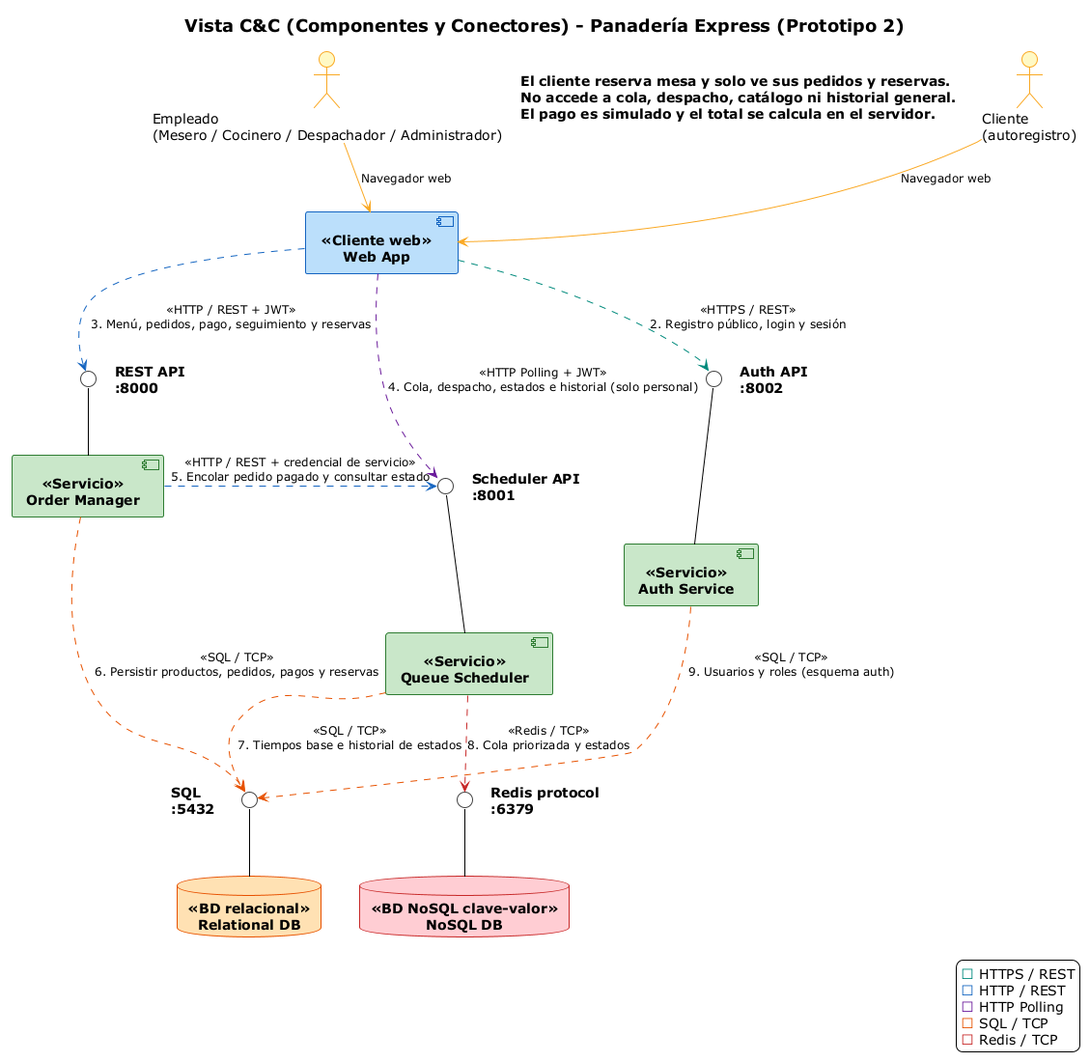
The PlantUML diagram g3-H-PanTech/docs/Vista CyC P2.png in unal-sw-arch/swarch-2026ii, before a commit.
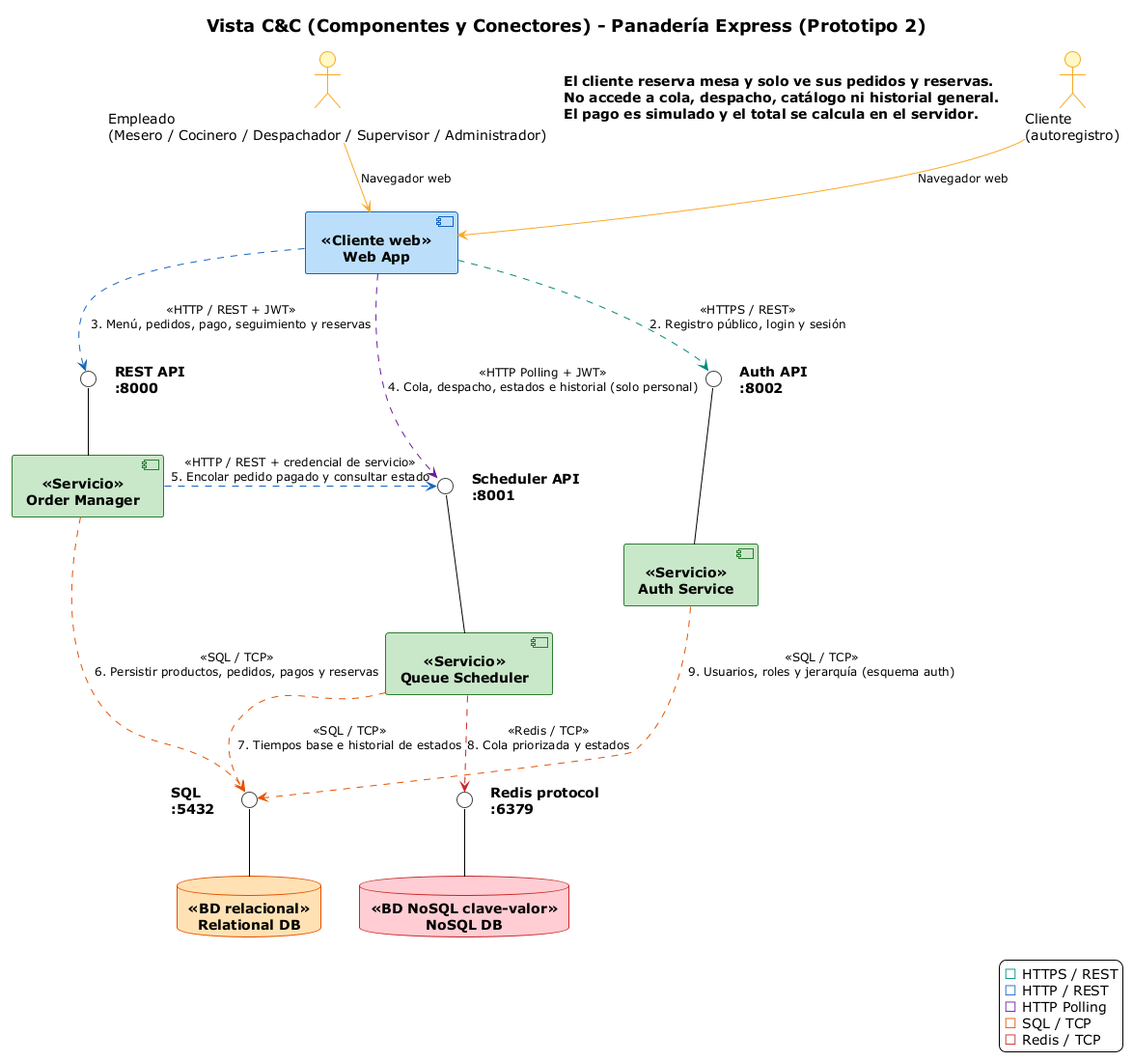
After the change.

What changed in the source:
```diff
@@ -41,7 +41,7 @@
 title Vista C&C (Componentes y Conectores) - Panadería Express (Prototipo 2)
 
 actor "Cliente\n(autoregistro)" as Cliente
-actor "Empleado\n(Mesero / Cocinero / Despachador / Administrador)" as Empleado
+actor "Empleado\n(Mesero / Cocinero / Despachador / Supervisor / Administrador)" as Empleado
 
 component "Web App" as Frontend <<Cliente web>>
 interface " " as IOrder
@@ -98,7 +98,7 @@
 Order .[#E65100]down.> ISQL : <<SQL / TCP>>\n6. Persistir productos, pedidos, pagos y reservas
 Scheduler .[#E65100]down.> ISQL : <<SQL / TCP>>\n7. Tiempos base e historial de estados
 Scheduler .[#C62828]down.> IRedis : <<Redis / TCP>>\n8. Cola priorizada y estados
-Auth .[#E65100]down.> ISQL : <<SQL / TCP>>\n9. Usuarios y roles (esquema auth)
+Auth .[#E65100]down.> ISQL : <<SQL / TCP>>\n9. Usuarios, roles y jerarquía (esquema auth)
 
 note left of Cliente
   El cliente reserva mesa y solo ve sus pedidos y reservas.
```
